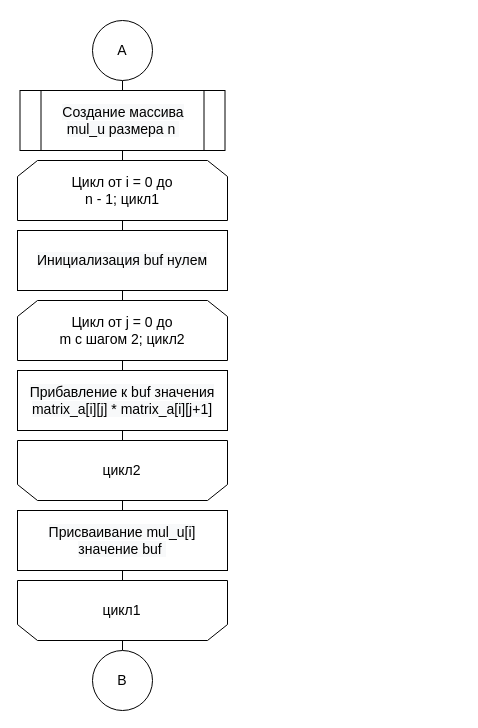
leontartykov/bmstu_sem_5_aa keeps this draw.io diagram as page "Оптимизированнй Виноград_2" (6 of 8) of lab_02/report/diagrams/matrixes_multiply.drawio. Above is the earlier version. Source tidied: cells renumbered, new cells numbered last; positions are measured from the earlier drawing's top-left corner, leaving out a move shared by most shapes. Both pictures are drawn from the tidied source at 100%, with x=0, y=0 at pixel (17, 20).
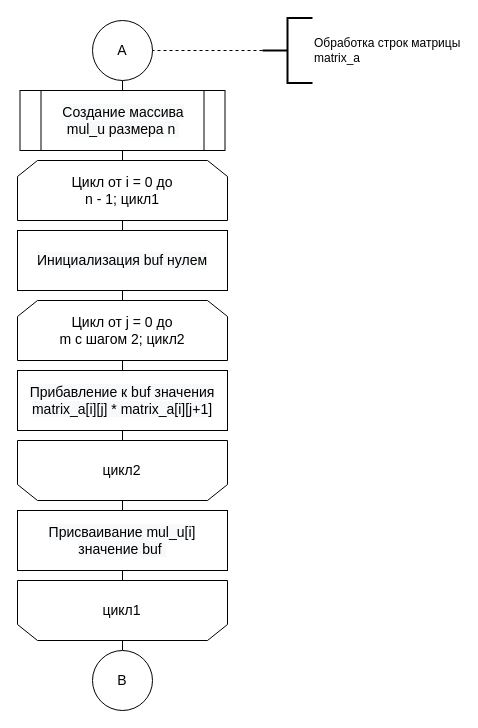
Above is the later version.

The change refers to these unchanged cells:
```xml
<mxCell id="3" value="&lt;font style=&quot;font-size: 14px&quot;&gt;А&lt;/font&gt;" style="ellipse;whiteSpace=wrap;html=1;" parent="1" vertex="1">
  <mxGeometry x="75" width="60" height="60" as="geometry" />
</mxCell>
```

Diff of the diagram source:
```diff
@@
+    <mxCell id="25" style="edgeStyle=orthogonalEdgeStyle;rounded=0;jettySize=auto;html=1;exitX=0;exitY=0.5;exitDx=0;exitDy=0;exitPerimeter=0;entryX=1;entryY=0.5;entryDx=0;entryDy=0;dashed=1;endArrow=none;endFill=0;" parent="1" edge="1" source="26" target="3">
+      <mxGeometry relative="1" as="geometry" />
+    </mxCell>
+    <mxCell id="26" value="Обработка строк матрицы&lt;br&gt;matrix_a" style="strokeWidth=2;html=1;shape=mxgraph.flowchart.annotation_2;align=left;labelPosition=right;" parent="1" vertex="1">
+      <mxGeometry x="245" y="-2.5" width="50" height="65" as="geometry" />
+    </mxCell>
+    <mxCell id="27" value="&lt;div style=&quot;text-align: left&quot;&gt;&lt;br&gt;&lt;/div&gt;" style="text;html=1;align=center;verticalAlign=middle;strokeColor=none;" parent="1" vertex="1">
+      <mxGeometry x="377" y="20" width="20" height="20" as="geometry" />
+    </mxCell>
```
